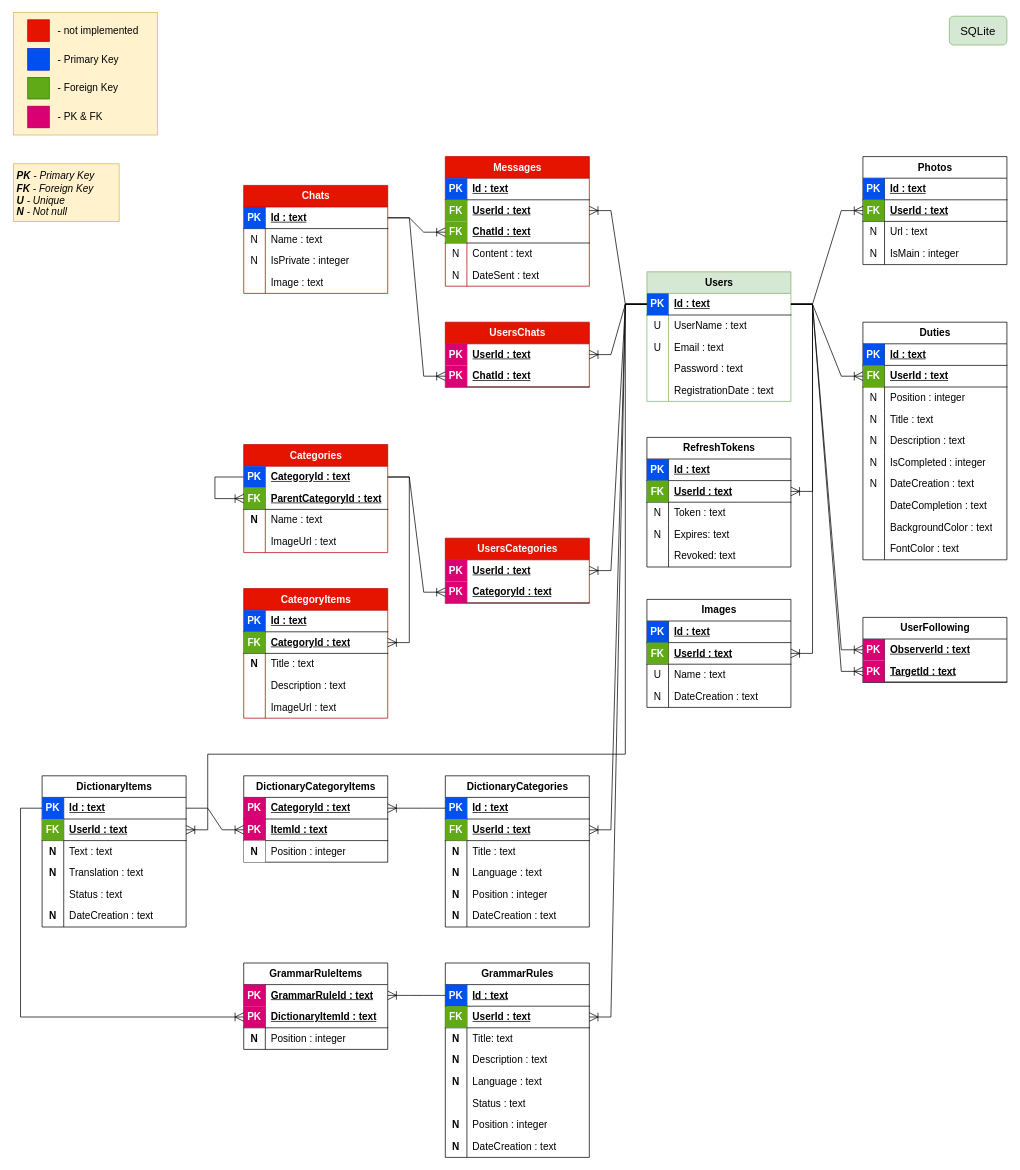
Earlier version of the draw.io diagram db-schema/db-scheme-sqlite.drawio (OleksandrTsvik/MyMultiProject). Source tidied: cells renumbered, new cells numbered last; positions are measured from the earlier drawing's top-left corner, leaving out a move shared by most shapes. Both pictures are drawn from the tidied source at 72%, with x=0, y=0 at pixel (13, 12).
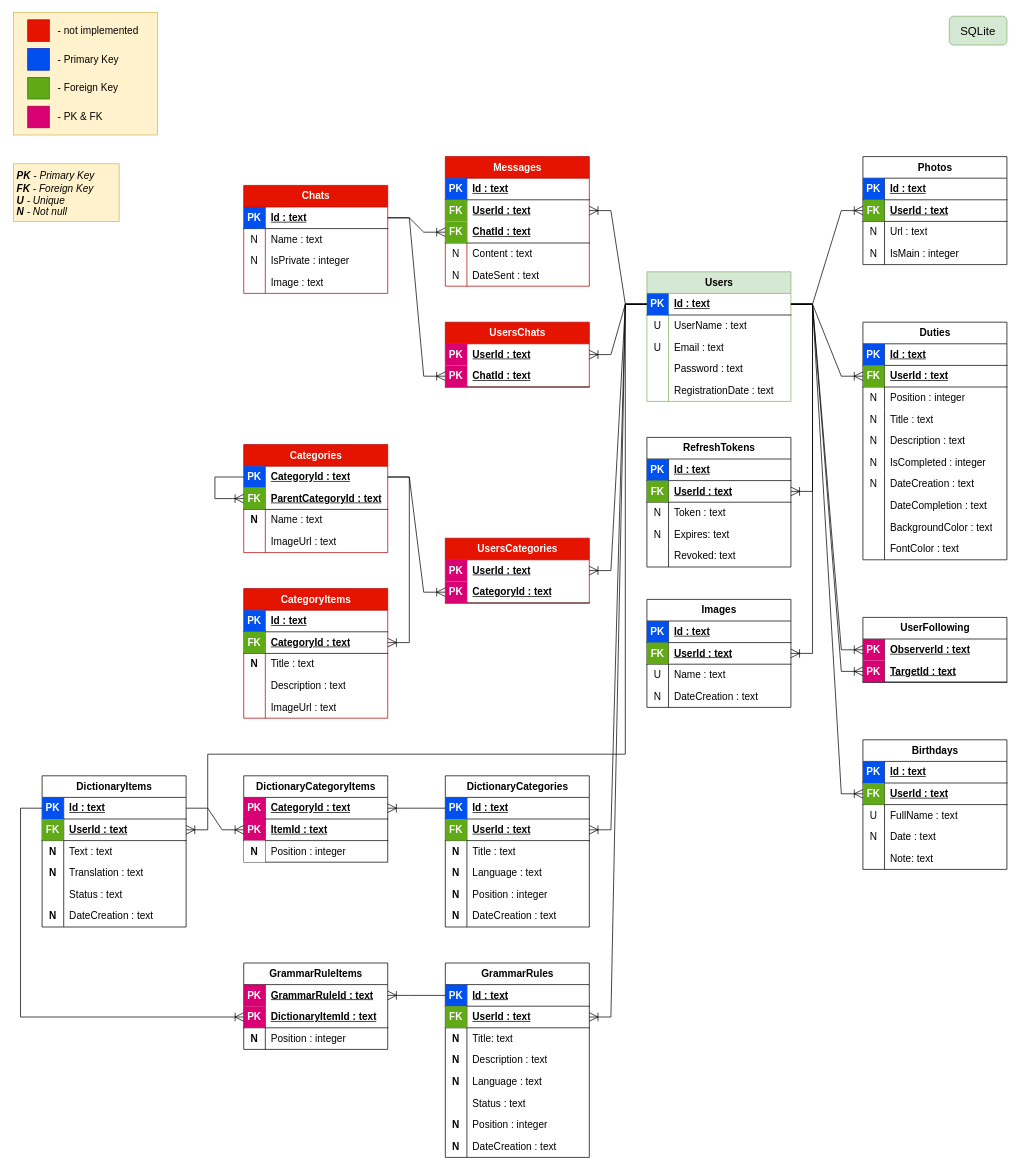
The same page after the edit.

Commit message (it also covers changes not shown here):
added Birthdays table

The change refers to these unchanged cells:
```xml
<mxCell id="4" style="shape=tableRow;horizontal=0;startSize=0;swimlaneHead=0;swimlaneBody=0;fillColor=none;points=[[0,0.5],[1,0.5]];portConstraint=eastwest;top=0;left=0;right=0;bottom=1;fontSize=14;" parent="3" vertex="1">
  <mxGeometry y="30" width="200" height="30" as="geometry" />
</mxCell>
```

Diff of the diagram source:
```diff
@@
+    <mxCell id="285" value="&lt;b style=&quot;border-color: var(--border-color);&quot;&gt;Birthdays&lt;/b&gt;" style="shape=table;startSize=30;childLayout=tableLayout;rowLines=0;fontStyle=1;align=center;html=1;fontSize=14;" parent="1" vertex="1">
+      <mxGeometry x="1180" y="1010" width="200" height="180" as="geometry" />
+    </mxCell>
+    <mxCell id="286" style="shape=tableRow;horizontal=0;startSize=0;swimlaneHead=0;swimlaneBody=0;fillColor=none;top=0;left=0;right=0;bottom=1;fontSize=14;swimlaneLine=1;labelBorderColor=none;" parent="285" vertex="1">
+      <mxGeometry y="30" width="200" height="30" as="geometry" />
+    </mxCell>
+    <mxCell id="287" value="PK" style="shape=partialRectangle;fillColor=#0050ef;top=0;left=0;bottom=0;right=0;fontStyle=1;overflow=hidden;whiteSpace=wrap;html=1;fontSize=14;fontColor=#ffffff;strokeColor=#001DBC;" parent="286" vertex="1">
+      <mxGeometry width="30" height="30" as="geometry" />
+    </mxCell>
+    <mxCell id="288" value="Id : text" style="shape=partialRectangle;fillColor=none;top=0;left=0;bottom=0;right=0;align=left;spacingLeft=6;fontStyle=5;overflow=hidden;whiteSpace=wrap;html=1;fontSize=14;" parent="286" vertex="1">
+      <mxGeometry x="30" width="170" height="30" as="geometry" />
+    </mxCell>
+    <mxCell id="289" style="shape=tableRow;horizontal=0;startSize=0;swimlaneHead=0;swimlaneBody=0;fillColor=none;points=[[0,0.5],[1,0.5]];portConstraint=eastwest;top=0;left=0;right=0;bottom=1;fontSize=14;strokeColor=default;" parent="285" vertex="1">
+      <mxGeometry y="60" width="200" height="30" as="geometry" />
+    </mxCell>
+    <mxCell id="290" value="FK" style="shape=partialRectangle;fillColor=#60a917;top=0;left=0;bottom=0;right=0;fontStyle=1;overflow=hidden;whiteSpace=wrap;html=1;fontSize=14;fontColor=#ffffff;strokeColor=#2D7600;" parent="289" vertex="1">
+      <mxGeometry width="30" height="30" as="geometry" />
+    </mxCell>
+    <mxCell id="291" value="UserId : text" style="shape=partialRectangle;fillColor=none;top=0;left=0;bottom=0;right=0;align=left;spacingLeft=6;fontStyle=5;overflow=hidden;whiteSpace=wrap;html=1;fontSize=14;" parent="289" vertex="1">
+      <mxGeometry x="30" width="170" height="30" as="geometry" />
+    </mxCell>
+    <mxCell id="292" style="shape=tableRow;horizontal=0;startSize=0;swimlaneHead=0;swimlaneBody=0;fillColor=none;top=0;left=0;right=0;bottom=0;fontSize=14;" parent="285" vertex="1">
+      <mxGeometry y="90" width="200" height="30" as="geometry" />
+    </mxCell>
+    <mxCell id="293" value="U" style="shape=partialRectangle;fillColor=none;top=0;left=0;bottom=0;right=0;overflow=hidden;whiteSpace=wrap;html=1;fontSize=14;" parent="292" vertex="1">
+      <mxGeometry width="30" height="30" as="geometry" />
+    </mxCell>
+    <mxCell id="294" value="FullName : text" style="shape=partialRectangle;fillColor=none;top=0;left=0;bottom=0;right=0;align=left;spacingLeft=6;overflow=hidden;whiteSpace=wrap;html=1;fontSize=14;" parent="292" vertex="1">
+      <mxGeometry x="30" width="170" height="30" as="geometry" />
+    </mxCell>
+    <mxCell id="295" style="shape=tableRow;horizontal=0;startSize=0;swimlaneHead=0;swimlaneBody=0;fillColor=none;top=0;left=0;right=0;bottom=0;fontSize=14;" parent="285" vertex="1">
+      <mxGeometry y="120" width="200" height="30" as="geometry" />
+    </mxCell>
+    <mxCell id="296" value="N" style="shape=partialRectangle;fillColor=none;top=0;left=0;bottom=0;right=0;overflow=hidden;whiteSpace=wrap;html=1;fontSize=14;" parent="295" vertex="1">
+      <mxGeometry width="30" height="30" as="geometry" />
+    </mxCell>
+    <mxCell id="297" value="Date : text" style="shape=partialRectangle;fillColor=none;top=0;left=0;bottom=0;right=0;align=left;spacingLeft=6;overflow=hidden;whiteSpace=wrap;html=1;fontSize=14;" parent="295" vertex="1">
+      <mxGeometry x="30" width="170" height="30" as="geometry" />
+    </mxCell>
+    <mxCell id="298" style="shape=tableRow;horizontal=0;startSize=0;swimlaneHead=0;swimlaneBody=0;fillColor=none;top=0;left=0;right=0;bottom=0;fontSize=14;" parent="285" vertex="1">
+      <mxGeometry y="150" width="200" height="30" as="geometry" />
+    </mxCell>
+    <mxCell id="299" style="shape=partialRectangle;fillColor=none;top=0;left=0;bottom=0;right=0;overflow=hidden;whiteSpace=wrap;html=1;fontSize=14;" parent="298" vertex="1">
+      <mxGeometry width="30" height="30" as="geometry" />
+    </mxCell>
+    <mxCell id="300" value="Note: text" style="shape=partialRectangle;fillColor=none;top=0;left=0;bottom=0;right=0;align=left;spacingLeft=6;overflow=hidden;whiteSpace=wrap;html=1;fontSize=14;" parent="298" vertex="1">
+      <mxGeometry x="30" width="170" height="30" as="geometry" />
+    </mxCell>
+    <mxCell id="301" style="edgeStyle=entityRelationEdgeStyle;fontSize=12;html=1;endArrow=ERoneToMany;rounded=0;entryX=0;entryY=0.5;entryDx=0;entryDy=0;endSize=10;startSize=10;exitX=1;exitY=0.5;exitDx=0;exitDy=0;" parent="1" edge="1" source="4" target="289">
+      <mxGeometry relative="1" as="geometry" />
+    </mxCell>
```
